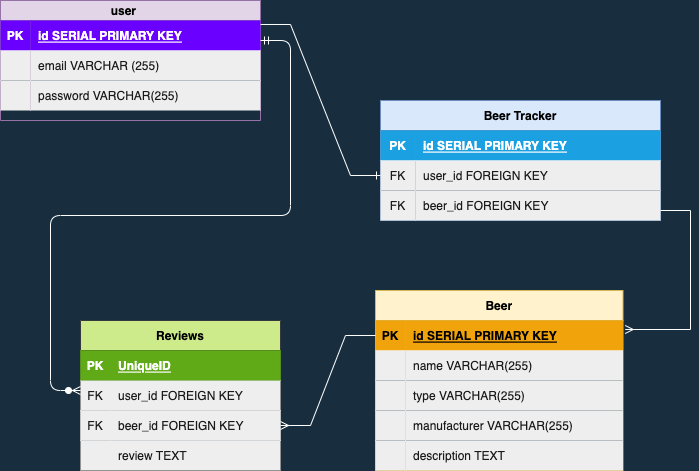
Earlier version of the draw.io export ERD.drawio.png (justin-aquino/beer-house). Source tidied: cells renumbered, new cells last; positions are measured from the earlier drawing's top-left corner, leaving out a move shared by most shapes.
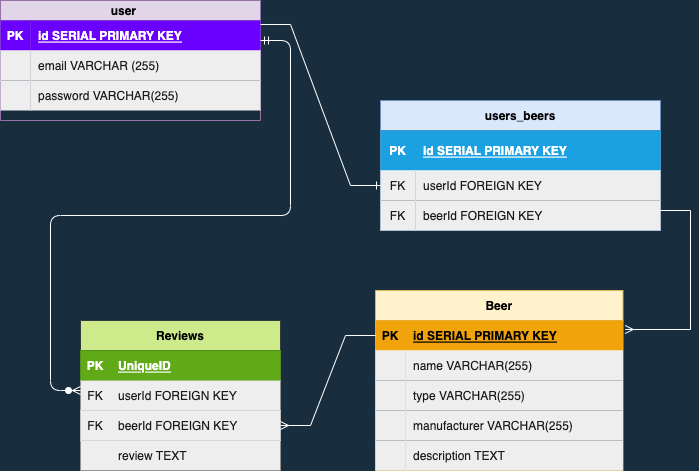
The same file after the commit.

Diff of the diagram source:
```diff
@@ -32,34 +32,34 @@
     <mxCell id="11" value="password VARCHAR(255)" style="shape=partialRectangle;fillColor=#EEEEEE;top=0;left=0;bottom=0;right=0;align=left;spacingLeft=6;overflow=hidden;fontColor=#1A1A1A;strokeColor=#FFFFFF;" parent="9" vertex="1">
       <mxGeometry x="30" width="230" height="30" as="geometry" />
     </mxCell>
-    <mxCell id="12" value="Beer Tracker" style="shape=table;startSize=30;rowLines=0;fontStyle=1;align=center;fillColor=#dae8fc;strokeColor=#6c8ebf;" parent="1" vertex="1">
-      <mxGeometry x="380" y="100" width="280" height="120" as="geometry" />
+    <mxCell id="12" value="users_beers" style="shape=table;startSize=30;rowLines=0;fontStyle=1;align=center;fillColor=#dae8fc;strokeColor=#6c8ebf;" parent="1" vertex="1">
+      <mxGeometry x="380" y="100" width="280" height="130" as="geometry" />
     </mxCell>
     <mxCell id="13" style="shape=tableRow;horizontal=0;startSize=0;swimlaneHead=0;swimlaneBody=0;fillColor=none;top=0;left=0;right=0;bottom=1;strokeColor=#FFFFFF;fontColor=#1A1A1A;" parent="12" vertex="1">
-      <mxGeometry y="30" width="280" height="30" as="geometry" />
+      <mxGeometry y="30" width="280" height="40" as="geometry" />
     </mxCell>
     <mxCell id="14" value="PK" style="shape=partialRectangle;fillColor=#1ba1e2;top=0;left=0;bottom=0;right=0;fontStyle=1;overflow=hidden;fontColor=#ffffff;strokeColor=#006EAF;" parent="13" vertex="1">
-      <mxGeometry width="35" height="30" as="geometry" />
+      <mxGeometry width="35" height="40" as="geometry" />
     </mxCell>
     <mxCell id="15" value="id SERIAL PRIMARY KEY" style="shape=partialRectangle;fillColor=#1ba1e2;top=0;left=0;bottom=0;right=0;align=left;spacingLeft=6;fontStyle=5;overflow=hidden;fontColor=#ffffff;strokeColor=#006EAF;" parent="13" vertex="1">
-      <mxGeometry x="35" width="245" height="30" as="geometry" />
+      <mxGeometry x="35" width="245" height="40" as="geometry" />
     </mxCell>
     <mxCell id="16" style="shape=tableRow;horizontal=0;startSize=0;swimlaneHead=0;swimlaneBody=0;fillColor=none;points=[[0,0.5],[1,0.5]];portConstraint=eastwest;top=0;left=0;right=0;bottom=0;strokeColor=#FFFFFF;fontColor=#1A1A1A;" parent="12" vertex="1">
-      <mxGeometry y="60" width="280" height="30" as="geometry" />
+      <mxGeometry y="70" width="280" height="30" as="geometry" />
     </mxCell>
     <mxCell id="17" value="FK" style="shape=partialRectangle;fillColor=#EEEEEE;top=0;left=0;bottom=0;right=0;overflow=hidden;fontColor=#1A1A1A;strokeColor=#FFFFFF;" parent="16" vertex="1">
       <mxGeometry width="35" height="30" as="geometry" />
     </mxCell>
-    <mxCell id="18" value="user_id FOREIGN KEY" style="shape=partialRectangle;fillColor=#EEEEEE;top=0;left=0;bottom=0;right=0;align=left;spacingLeft=6;overflow=hidden;fontColor=#1A1A1A;strokeColor=#FFFFFF;" parent="16" vertex="1">
+    <mxCell id="18" value="userId FOREIGN KEY    " style="shape=partialRectangle;fillColor=#EEEEEE;top=0;left=0;bottom=0;right=0;align=left;spacingLeft=6;overflow=hidden;fontColor=#1A1A1A;strokeColor=#FFFFFF;" parent="16" vertex="1">
       <mxGeometry x="35" width="245" height="30" as="geometry" />
     </mxCell>
     <mxCell id="19" style="shape=tableRow;horizontal=0;startSize=0;swimlaneHead=0;swimlaneBody=0;fillColor=none;top=0;left=0;right=0;bottom=0;strokeColor=#FFFFFF;fontColor=#1A1A1A;" parent="12" vertex="1">
-      <mxGeometry y="90" width="280" height="30" as="geometry" />
+      <mxGeometry y="100" width="280" height="30" as="geometry" />
     </mxCell>
     <mxCell id="20" value="FK" style="shape=partialRectangle;fillColor=#EEEEEE;top=0;left=0;bottom=0;right=0;overflow=hidden;fontColor=#1A1A1A;strokeColor=#FFFFFF;" parent="19" vertex="1">
       <mxGeometry width="35" height="30" as="geometry" />
     </mxCell>
-    <mxCell id="21" value="beer_id FOREIGN KEY" style="shape=partialRectangle;fillColor=#EEEEEE;top=0;left=0;bottom=0;right=0;align=left;spacingLeft=6;overflow=hidden;fontColor=#1A1A1A;strokeColor=#FFFFFF;" parent="19" vertex="1">
+    <mxCell id="21" value="beerId FOREIGN KEY" style="shape=partialRectangle;fillColor=#EEEEEE;top=0;left=0;bottom=0;right=0;align=left;spacingLeft=6;overflow=hidden;fontColor=#1A1A1A;strokeColor=#FFFFFF;" parent="19" vertex="1">
       <mxGeometry x="35" width="245" height="30" as="geometry" />
     </mxCell>
     <mxCell id="22" style="edgeStyle=entityRelationEdgeStyle;fontSize=12;html=1;endArrow=ERone;endFill=1;rounded=0;labelBackgroundColor=#182E3E;strokeColor=#FFFFFF;fontColor=#FFFFFF;exitX=1;exitY=0.133;exitDx=0;exitDy=0;exitPerimeter=0;entryX=0;entryY=0.5;entryDx=0;entryDy=0;" parent="1" edge="1" source="3" target="16">
@@ -136,7 +136,7 @@
     <mxCell id="45" value="FK" style="shape=partialRectangle;fillColor=none;top=0;left=0;bottom=0;right=0;overflow=hidden;strokeColor=#FFFFFF;fontColor=#1A1A1A;" parent="44" vertex="1">
       <mxGeometry width="30" height="30" as="geometry" />
     </mxCell>
-    <mxCell id="46" value="user_id FOREIGN KEY" style="shape=partialRectangle;fillColor=none;top=0;left=0;bottom=0;right=0;align=left;spacingLeft=6;overflow=hidden;strokeColor=#FFFFFF;fontColor=#1A1A1A;" parent="44" vertex="1">
+    <mxCell id="46" value="userId FOREIGN KEY" style="shape=partialRectangle;fillColor=none;top=0;left=0;bottom=0;right=0;align=left;spacingLeft=6;overflow=hidden;strokeColor=#FFFFFF;fontColor=#1A1A1A;" parent="44" vertex="1">
       <mxGeometry x="30" width="170" height="30" as="geometry" />
     </mxCell>
     <mxCell id="47" style="shape=tableRow;horizontal=0;startSize=0;swimlaneHead=0;swimlaneBody=0;fillColor=#EEEEEE;points=[[0,0.5],[1,0.5]];portConstraint=eastwest;top=0;left=0;right=0;bottom=0;fontColor=#1A1A1A;strokeColor=#FFFFFF;" parent="40" vertex="1">
@@ -145,7 +145,7 @@
     <mxCell id="48" value="FK" style="shape=partialRectangle;fillColor=#EEEEEE;top=0;left=0;bottom=0;right=0;overflow=hidden;fontColor=#1A1A1A;strokeColor=#FFFFFF;" parent="47" vertex="1">
       <mxGeometry width="30" height="30" as="geometry" />
     </mxCell>
-    <mxCell id="49" value="beer_id FOREIGN KEY" style="shape=partialRectangle;fillColor=#EEEEEE;top=0;left=0;bottom=0;right=0;align=left;spacingLeft=6;overflow=hidden;fontColor=#1A1A1A;strokeColor=#FFFFFF;" parent="47" vertex="1">
+    <mxCell id="49" value="beerId FOREIGN KEY" style="shape=partialRectangle;fillColor=#EEEEEE;top=0;left=0;bottom=0;right=0;align=left;spacingLeft=6;overflow=hidden;fontColor=#1A1A1A;strokeColor=#FFFFFF;" parent="47" vertex="1">
       <mxGeometry x="30" width="170" height="30" as="geometry" />
     </mxCell>
     <mxCell id="50" style="shape=tableRow;horizontal=0;startSize=0;swimlaneHead=0;swimlaneBody=0;fillColor=#EEEEEE;top=0;left=0;right=0;bottom=0;fontColor=#1A1A1A;strokeColor=#FFFFFF;" parent="40" vertex="1">
```
